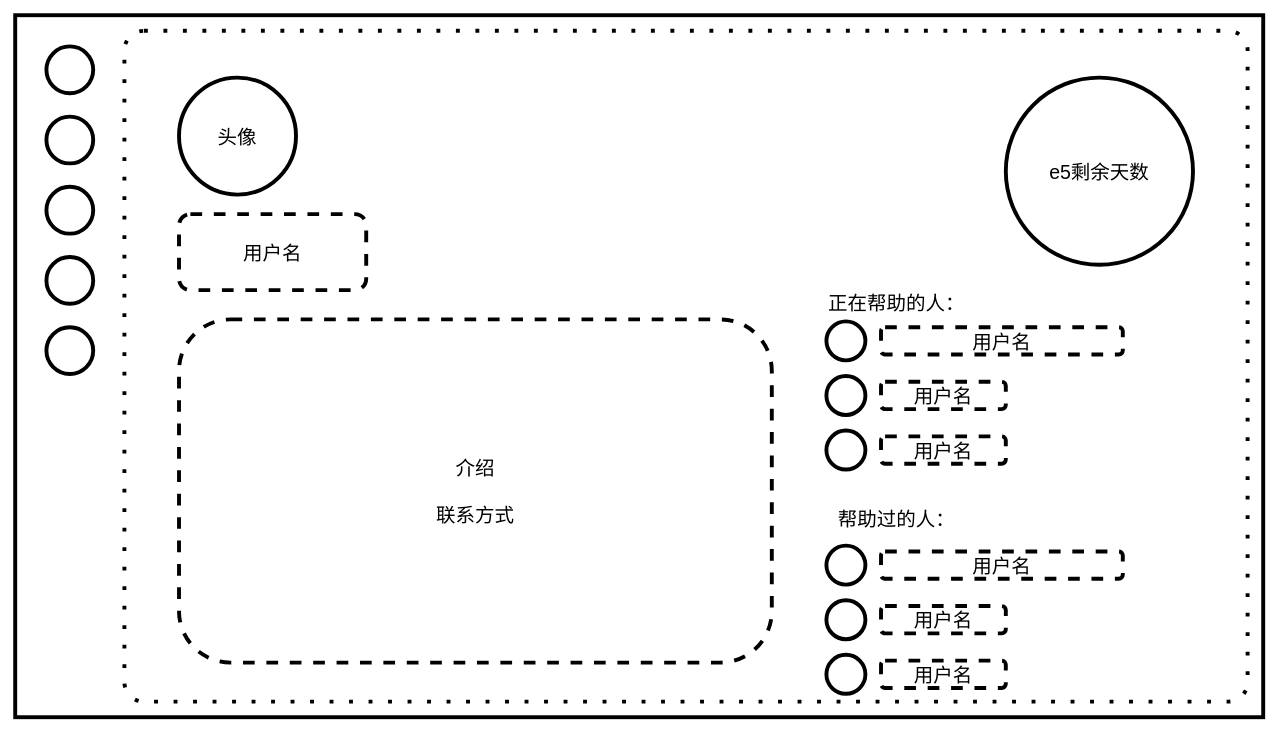
This is 页面设计/用户主页.drawio from haruki1953/240215-e5-website-dev-diary, a draw.io file, before an edit. Source tidied: cells renumbered, new cells numbered last; positions are measured from the earlier drawing's top-left corner, leaving out a move shared by most shapes. Both pictures are drawn from the tidied source at 78%, with x=0, y=0 at pixel (15, 15).
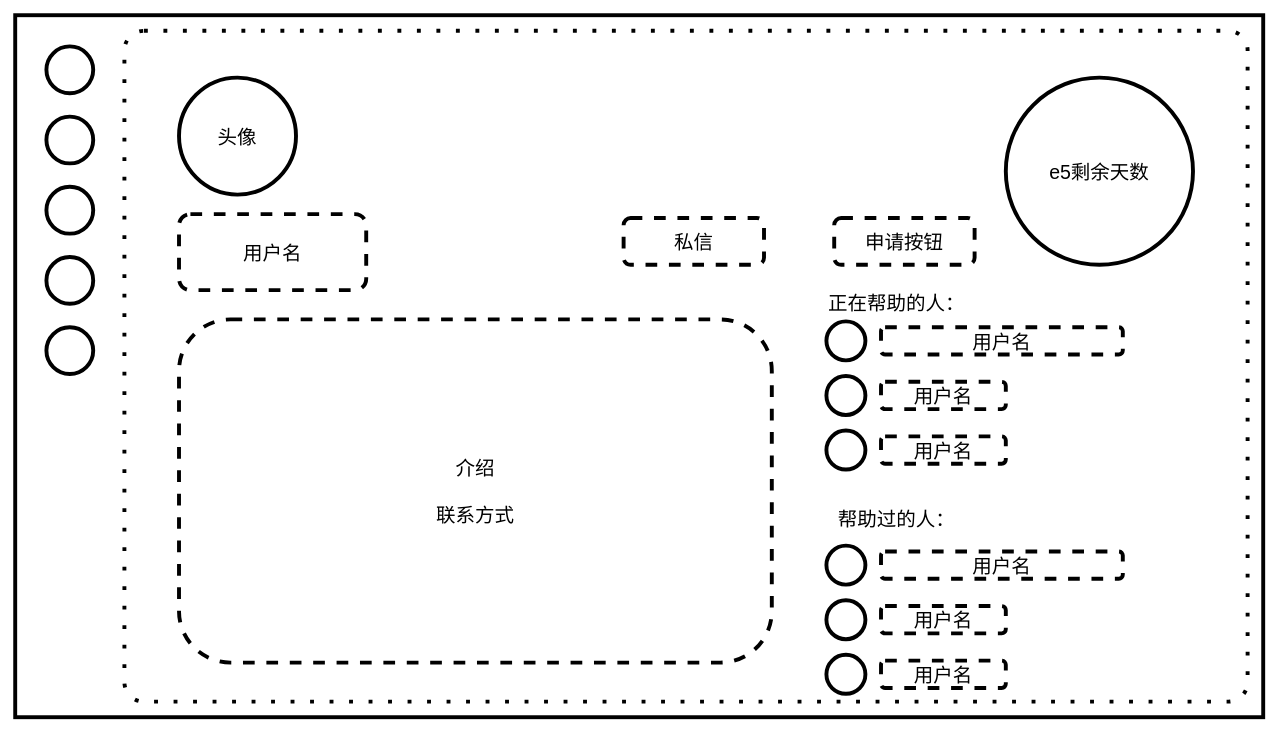
After the change.

Change to the diagram source:
```diff
@@
+    <mxCell id="27" value="&lt;font style=&quot;font-size: 25px;&quot;&gt;申请按钮&lt;/font&gt;" style="rounded=1;whiteSpace=wrap;html=1;strokeWidth=5;dashed=1;" parent="1" vertex="1">
+      <mxGeometry x="1050" y="260" width="180" height="60" as="geometry" />
+    </mxCell>
+    <mxCell id="28" value="&lt;span style=&quot;font-size: 25px;&quot;&gt;私信&lt;/span&gt;" style="rounded=1;whiteSpace=wrap;html=1;strokeWidth=5;dashed=1;" parent="1" vertex="1">
+      <mxGeometry x="780" y="260" width="180" height="60" as="geometry" />
+    </mxCell>
```
